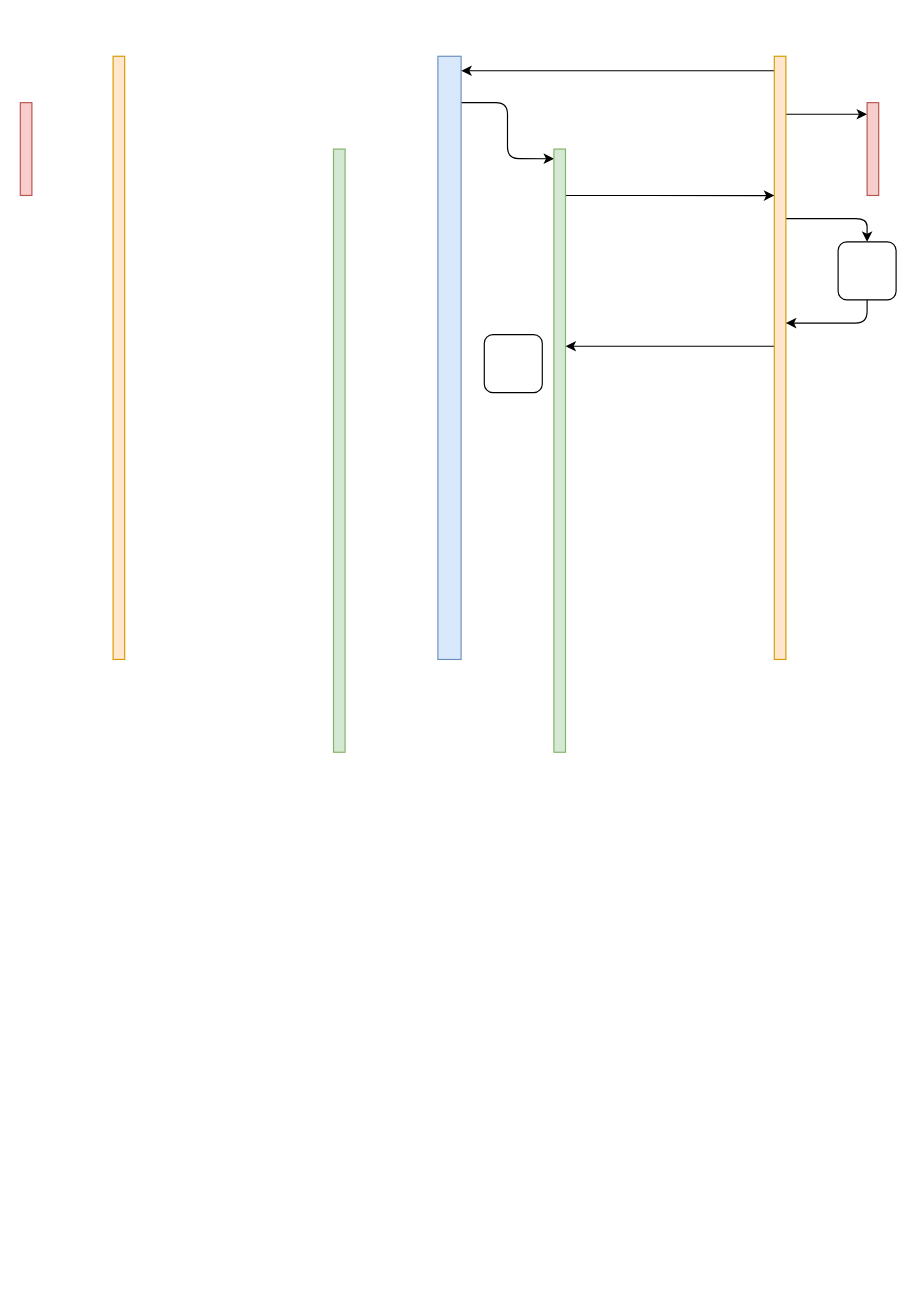
The draw.io diagram Untitled Diagram.drawio in bhargavbhegde7/GoChat, before the edit. Source tidied: cells renumbered, new cells numbered last; positions are measured from the earlier drawing's top-left corner, leaving out a move shared by most shapes. Both pictures are drawn from the tidied source at 116%, with x=0, y=0 at pixel (20, 56).
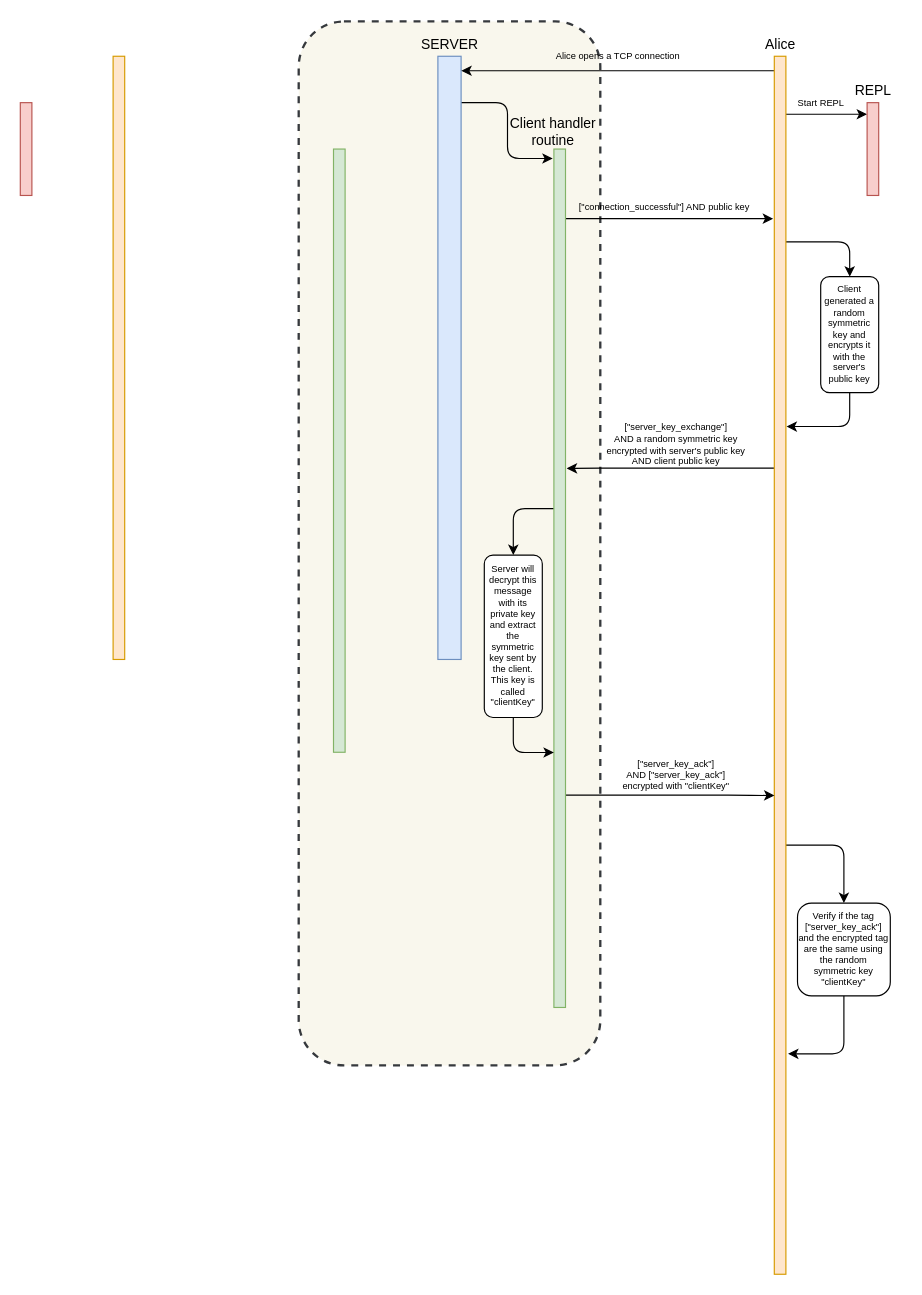
After the change.

The edit, as a diff of the source:
```diff
@@
+    <mxCell id="18" style="rounded=1;whiteSpace=wrap;html=1;fontSize=12;fillColor=#f9f7ed;strokeColor=#36393d;dashed=1;strokeWidth=2;fontStyle=0;" parent="1" vertex="1">
+      <mxGeometry x="240" y="-30" width="260" height="900" as="geometry" />
+    </mxCell>
-    <mxCell id="2" style="rounded=0;whiteSpace=wrap;html=1;fillColor=#ffe6cc;strokeColor=#d79b00;" parent="1" vertex="1">
+    <mxCell id="2" style="rounded=0;whiteSpace=wrap;html=1;fillColor=#ffe6cc;strokeColor=#d79b00;fontStyle=0;" parent="1" vertex="1">
       <mxGeometry x="80" width="10" height="520" as="geometry" />
     </mxCell>
-    <mxCell id="3" style="edgeStyle=orthogonalEdgeStyle;jettySize=auto;html=1;entryX=0.017;entryY=0.016;entryDx=0;entryDy=0;entryPerimeter=0;rounded=1;" parent="1" edge="1" source="4" target="12">
+    <mxCell id="3" style="edgeStyle=orthogonalEdgeStyle;jettySize=auto;html=1;entryX=-0.1;entryY=0.011;entryDx=0;entryDy=0;entryPerimeter=0;rounded=1;fontStyle=0;" parent="1" edge="1" source="4" target="12">
       <mxGeometry relative="1" as="geometry">
         <Array as="points">
           <mxPoint x="420" y="40" />
           <mxPoint x="420" y="88" />
         </Array>
       </mxGeometry>
     </mxCell>
-    <mxCell id="4" style="rounded=0;whiteSpace=wrap;html=1;fillColor=#dae8fc;strokeColor=#6c8ebf;" parent="1" vertex="1">
+    <mxCell id="4" style="rounded=0;whiteSpace=wrap;html=1;fillColor=#dae8fc;strokeColor=#6c8ebf;fontStyle=0;" parent="1" vertex="1">
       <mxGeometry x="360" width="20" height="520" as="geometry" />
     </mxCell>
-    <mxCell id="5" style="edgeStyle=orthogonalEdgeStyle;jettySize=auto;html=1;entryX=1.008;entryY=0.024;entryDx=0;entryDy=0;entryPerimeter=0;rounded=1;" parent="1" edge="1" source="9" target="4">
+    <mxCell id="5" style="edgeStyle=orthogonalEdgeStyle;jettySize=auto;html=1;entryX=1.008;entryY=0.024;entryDx=0;entryDy=0;entryPerimeter=0;rounded=1;fontStyle=0;" parent="1" edge="1" source="9" target="4">
       <mxGeometry relative="1" as="geometry">
         <Array as="points">
           <mxPoint x="515" y="12" />
         </Array>
       </mxGeometry>
     </mxCell>
-    <mxCell id="6" style="edgeStyle=orthogonalEdgeStyle;jettySize=auto;html=1;entryX=0;entryY=0.125;entryDx=0;entryDy=0;entryPerimeter=0;rounded=1;" parent="1" edge="1" source="9" target="13">
+    <mxCell id="6" style="edgeStyle=orthogonalEdgeStyle;jettySize=auto;html=1;entryX=0;entryY=0.125;entryDx=0;entryDy=0;entryPerimeter=0;rounded=1;fontStyle=0;" parent="1" edge="1" source="9" target="13">
       <mxGeometry relative="1" as="geometry">
         <Array as="points">
           <mxPoint x="670" y="50" />
           <mxPoint x="670" y="50" />
         </Array>
       </mxGeometry>
     </mxCell>
-    <mxCell id="7" style="edgeStyle=orthogonalEdgeStyle;jettySize=auto;html=1;entryX=0.5;entryY=0;entryDx=0;entryDy=0;rounded=1;" parent="1" edge="1" source="9" target="16">
+    <mxCell id="7" style="edgeStyle=orthogonalEdgeStyle;jettySize=auto;html=1;entryX=0.5;entryY=0;entryDx=0;entryDy=0;rounded=1;fontStyle=0;" parent="1" edge="1" source="9" target="16">
       <mxGeometry relative="1" as="geometry">
         <Array as="points">
-          <mxPoint x="730" y="140" />
+          <mxPoint x="715" y="160" />
         </Array>
       </mxGeometry>
     </mxCell>
-    <mxCell id="8" style="edgeStyle=orthogonalEdgeStyle;jettySize=auto;html=1;rounded=1;" parent="1" edge="1" source="9">
-      <mxGeometry relative="1" as="geometry">
-        <mxPoint x="470" y="250" as="targetPoint" />
-        <Array as="points">
-          <mxPoint x="470" y="250" />
-        </Array>
-      </mxGeometry>
-    </mxCell>
+    <mxCell id="19" style="edgeStyle=orthogonalEdgeStyle;rounded=1;jettySize=auto;html=1;entryX=1.107;entryY=0.372;entryDx=0;entryDy=0;entryPerimeter=0;fontSize=8;fontStyle=0;" parent="1" edge="1" source="9" target="12">
+      <mxGeometry relative="1" as="geometry">
+        <Array as="points">
+          <mxPoint x="510" y="355" />
+          <mxPoint x="510" y="355" />
+        </Array>
+      </mxGeometry>
+    </mxCell>
+    <mxCell id="20" style="edgeStyle=orthogonalEdgeStyle;rounded=1;jettySize=auto;html=1;entryX=0.5;entryY=0;entryDx=0;entryDy=0;fontSize=8;fontStyle=0;" parent="1" edge="1" source="9" target="33">
+      <mxGeometry relative="1" as="geometry">
+        <Array as="points">
+          <mxPoint x="710" y="680" />
+        </Array>
+      </mxGeometry>
+    </mxCell>
-    <mxCell id="9" style="rounded=0;whiteSpace=wrap;html=1;fillColor=#ffe6cc;strokeColor=#d79b00;" parent="1" vertex="1">
-      <mxGeometry x="650" width="10" height="520" as="geometry" />
+    <mxCell id="9" style="rounded=0;whiteSpace=wrap;html=1;fillColor=#ffe6cc;strokeColor=#d79b00;fontStyle=0;" parent="1" vertex="1">
+      <mxGeometry x="650" width="10" height="1050" as="geometry" />
     </mxCell>
-    <mxCell id="10" style="rounded=0;whiteSpace=wrap;html=1;fillColor=#d5e8d4;strokeColor=#82b366;" parent="1" vertex="1">
+    <mxCell id="10" style="rounded=0;whiteSpace=wrap;html=1;fillColor=#d5e8d4;strokeColor=#82b366;fontStyle=0;" parent="1" vertex="1">
       <mxGeometry x="270" y="80" width="10" height="520" as="geometry" />
     </mxCell>
-    <mxCell id="11" style="edgeStyle=orthogonalEdgeStyle;jettySize=auto;html=1;rounded=1;entryX=0;entryY=0.231;entryDx=0;entryDy=0;entryPerimeter=0;" parent="1" edge="1" source="12" target="9">
+    <mxCell id="11" style="edgeStyle=orthogonalEdgeStyle;jettySize=auto;html=1;rounded=1;fontStyle=0;" parent="1" edge="1" source="12">
       <mxGeometry relative="1" as="geometry">
+        <mxPoint x="649" y="140" as="targetPoint" />
         <Array as="points">
-          <mxPoint x="530" y="120" />
-          <mxPoint x="530" y="120" />
+          <mxPoint x="649" y="140" />
         </Array>
       </mxGeometry>
     </mxCell>
+    <mxCell id="21" style="edgeStyle=orthogonalEdgeStyle;rounded=1;jettySize=auto;html=1;entryX=0.5;entryY=0;entryDx=0;entryDy=0;fontSize=8;fontStyle=0;" parent="1" edge="1" source="12" target="17">
+      <mxGeometry relative="1" as="geometry">
+        <Array as="points">
+          <mxPoint x="425" y="390" />
+        </Array>
+      </mxGeometry>
+    </mxCell>
+    <mxCell id="22" style="edgeStyle=orthogonalEdgeStyle;rounded=1;jettySize=auto;html=1;entryX=0.014;entryY=0.607;entryDx=0;entryDy=0;entryPerimeter=0;fontSize=8;fontStyle=0;" parent="1" edge="1" source="12" target="9">
+      <mxGeometry relative="1" as="geometry">
+        <Array as="points">
+          <mxPoint x="620" y="637" />
+          <mxPoint x="620" y="637" />
+        </Array>
+      </mxGeometry>
+    </mxCell>
-    <mxCell id="12" style="rounded=0;whiteSpace=wrap;html=1;fillColor=#d5e8d4;strokeColor=#82b366;" parent="1" vertex="1">
-      <mxGeometry x="460" y="80" width="10" height="520" as="geometry" />
+    <mxCell id="12" style="rounded=0;whiteSpace=wrap;html=1;fillColor=#d5e8d4;strokeColor=#82b366;fontStyle=0;" parent="1" vertex="1">
+      <mxGeometry x="460" y="80" width="10" height="740" as="geometry" />
     </mxCell>
-    <mxCell id="13" style="rounded=0;whiteSpace=wrap;html=1;fillColor=#f8cecc;strokeColor=#b85450;" parent="1" vertex="1">
+    <mxCell id="13" style="rounded=0;whiteSpace=wrap;html=1;fillColor=#f8cecc;strokeColor=#b85450;fontStyle=0;" parent="1" vertex="1">
       <mxGeometry x="730" y="40" width="10" height="80" as="geometry" />
     </mxCell>
-    <mxCell id="14" style="rounded=0;whiteSpace=wrap;html=1;fillColor=#f8cecc;strokeColor=#b85450;" parent="1" vertex="1">
+    <mxCell id="14" style="rounded=0;whiteSpace=wrap;html=1;fillColor=#f8cecc;strokeColor=#b85450;fontStyle=0;" parent="1" vertex="1">
       <mxGeometry y="40" width="10" height="80" as="geometry" />
     </mxCell>
-    <mxCell id="15" style="edgeStyle=orthogonalEdgeStyle;jettySize=auto;html=1;rounded=1;exitX=0.5;exitY=1;exitDx=0;exitDy=0;" parent="1" edge="1" source="16" target="9">
+    <mxCell id="15" style="edgeStyle=orthogonalEdgeStyle;jettySize=auto;html=1;rounded=1;exitX=0.5;exitY=1;exitDx=0;exitDy=0;entryX=1.056;entryY=0.304;entryDx=0;entryDy=0;entryPerimeter=0;fontStyle=0;" parent="1" edge="1" source="16" target="9">
       <mxGeometry relative="1" as="geometry">
         <Array as="points">
-          <mxPoint x="730" y="230" />
+          <mxPoint x="715" y="319" />
+          <mxPoint x="661" y="319" />
         </Array>
       </mxGeometry>
     </mxCell>
-    <mxCell id="16" style="rounded=1;whiteSpace=wrap;html=1;" parent="1" vertex="1">
-      <mxGeometry x="705" y="160" width="50" height="50" as="geometry" />
+    <mxCell id="16" value="Client generated a random symmetric key and encrypts it with the server's public key" style="rounded=1;whiteSpace=wrap;html=1;fontStyle=0;fontSize=8;" parent="1" vertex="1">
+      <mxGeometry x="690" y="190" width="50" height="100" as="geometry" />
     </mxCell>
+    <mxCell id="23" style="edgeStyle=orthogonalEdgeStyle;rounded=1;jettySize=auto;html=1;fontSize=8;exitX=0.5;exitY=1;exitDx=0;exitDy=0;entryX=0;entryY=0.703;entryDx=0;entryDy=0;entryPerimeter=0;fontStyle=0;" parent="1" edge="1" source="17" target="12">
+      <mxGeometry relative="1" as="geometry">
+        <Array as="points">
+          <mxPoint x="425" y="600" />
+          <mxPoint x="460" y="600" />
+        </Array>
+      </mxGeometry>
+    </mxCell>
-    <mxCell id="17" style="rounded=1;whiteSpace=wrap;html=1;" parent="1" vertex="1">
-      <mxGeometry x="400" y="240" width="50" height="50" as="geometry" />
+    <mxCell id="17" value="Server will decrypt this message with its private key and extract the symmetric key sent by the client. This key is called &quot;clientKey&quot;" style="rounded=1;whiteSpace=wrap;html=1;fontSize=8;fontStyle=0;" parent="1" vertex="1">
+      <mxGeometry x="400" y="430" width="50" height="140" as="geometry" />
     </mxCell>
+    <mxCell id="24" value="Alice opens a TCP connection" style="text;html=1;align=center;verticalAlign=middle;fontStyle=0;fontSize=8;" parent="1" vertex="1">
+      <mxGeometry x="455" y="-10" width="120" height="20" as="geometry" />
+    </mxCell>
+    <mxCell id="25" value="&lt;div&gt;Client handler &lt;br&gt;&lt;/div&gt;&lt;div&gt;routine &lt;/div&gt;" style="text;html=1;align=center;verticalAlign=middle;fontStyle=0;" parent="1" vertex="1">
+      <mxGeometry x="414" y="50" width="90" height="30" as="geometry" />
+    </mxCell>
+    <mxCell id="26" value="Alice" style="text;html=1;align=center;verticalAlign=middle;fontStyle=0;" parent="1" vertex="1">
+      <mxGeometry x="635" y="-20" width="40" height="20" as="geometry" />
+    </mxCell>
+    <mxCell id="27" value="REPL" style="text;html=1;align=center;verticalAlign=middle;fontStyle=0;" parent="1" vertex="1">
+      <mxGeometry x="710" y="20" width="50" height="20" as="geometry" />
+    </mxCell>
+    <mxCell id="28" value="[&quot;connection_successful&quot;] AND public key" style="text;html=1;align=center;verticalAlign=middle;fontSize=8;fontStyle=0;" parent="1" vertex="1">
+      <mxGeometry x="480" y="120" width="150" height="20" as="geometry" />
+    </mxCell>
+    <mxCell id="29" value="Start REPL" style="text;html=1;align=center;verticalAlign=middle;fontSize=8;fontStyle=0;" parent="1" vertex="1">
+      <mxGeometry x="665" y="30" width="50" height="20" as="geometry" />
+    </mxCell>
+    <mxCell id="30" value="&lt;div&gt;[&quot;server_key_exchange&quot;] &lt;br&gt;&lt;/div&gt;&lt;div&gt;AND a random symmetric key &lt;br&gt;&lt;/div&gt;&lt;div&gt;encrypted with server's public key &lt;br&gt;&lt;/div&gt;&lt;div&gt;AND client public key&lt;/div&gt;" style="text;html=1;align=center;verticalAlign=middle;fontSize=8;fontStyle=0;" parent="1" vertex="1">
+      <mxGeometry x="500" y="310" width="130" height="50" as="geometry" />
+    </mxCell>
+    <mxCell id="31" value="&lt;div&gt;[&quot;server_key_ack&quot;] &lt;br&gt;&lt;/div&gt;&lt;div&gt;AND [&quot;server_key_ack&quot;] &lt;br&gt;&lt;/div&gt;&lt;div&gt;encrypted with &quot;clientKey&quot;&lt;/div&gt;" style="text;html=1;align=center;verticalAlign=middle;fontSize=8;fontStyle=0;" parent="1" vertex="1">
+      <mxGeometry x="515" y="600" width="100" height="40" as="geometry" />
+    </mxCell>
+    <mxCell id="32" style="edgeStyle=orthogonalEdgeStyle;rounded=1;jettySize=auto;html=1;entryX=1.186;entryY=0.819;entryDx=0;entryDy=0;entryPerimeter=0;fontSize=8;exitX=0.5;exitY=1;exitDx=0;exitDy=0;fontStyle=0;" parent="1" edge="1" source="33" target="9">
+      <mxGeometry relative="1" as="geometry">
+        <Array as="points">
+          <mxPoint x="710" y="860" />
+        </Array>
+      </mxGeometry>
+    </mxCell>
+    <mxCell id="33" value="Verify if the tag [&quot;server_key_ack&quot;] and the encrypted tag are the same using the random symmetric key &quot;clientKey&quot;" style="rounded=1;whiteSpace=wrap;html=1;fontStyle=0;fontSize=8;" parent="1" vertex="1">
+      <mxGeometry x="670" y="730" width="80" height="80" as="geometry" />
+    </mxCell>
+    <mxCell id="34" value="SERVER" style="text;html=1;align=center;verticalAlign=middle;fontSize=12;fontStyle=0;" parent="1" vertex="1">
+      <mxGeometry x="340" y="-20" width="60" height="20" as="geometry" />
+    </mxCell>
```
